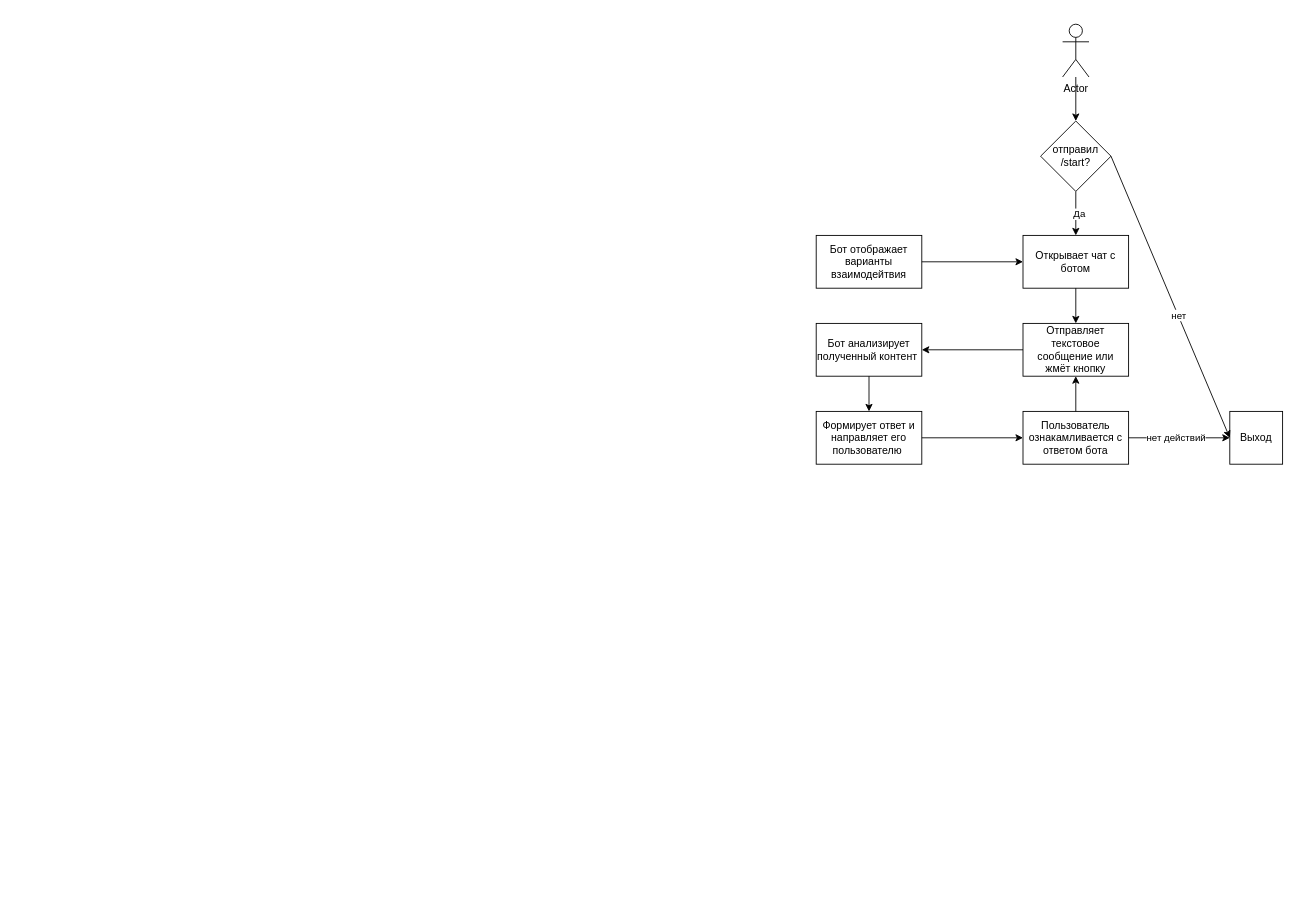
Arnoldig/Coursemc_final_work keeps this draw.io diagram as UML_Telegram_001.drawio. Above is the earlier version. Source tidied: cells renumbered, new cells numbered last; positions are measured from the earlier drawing's top-left corner, leaving out a move shared by most shapes. Both pictures are drawn from the tidied source at 88%, with x=0, y=0 at pixel (816, 24).
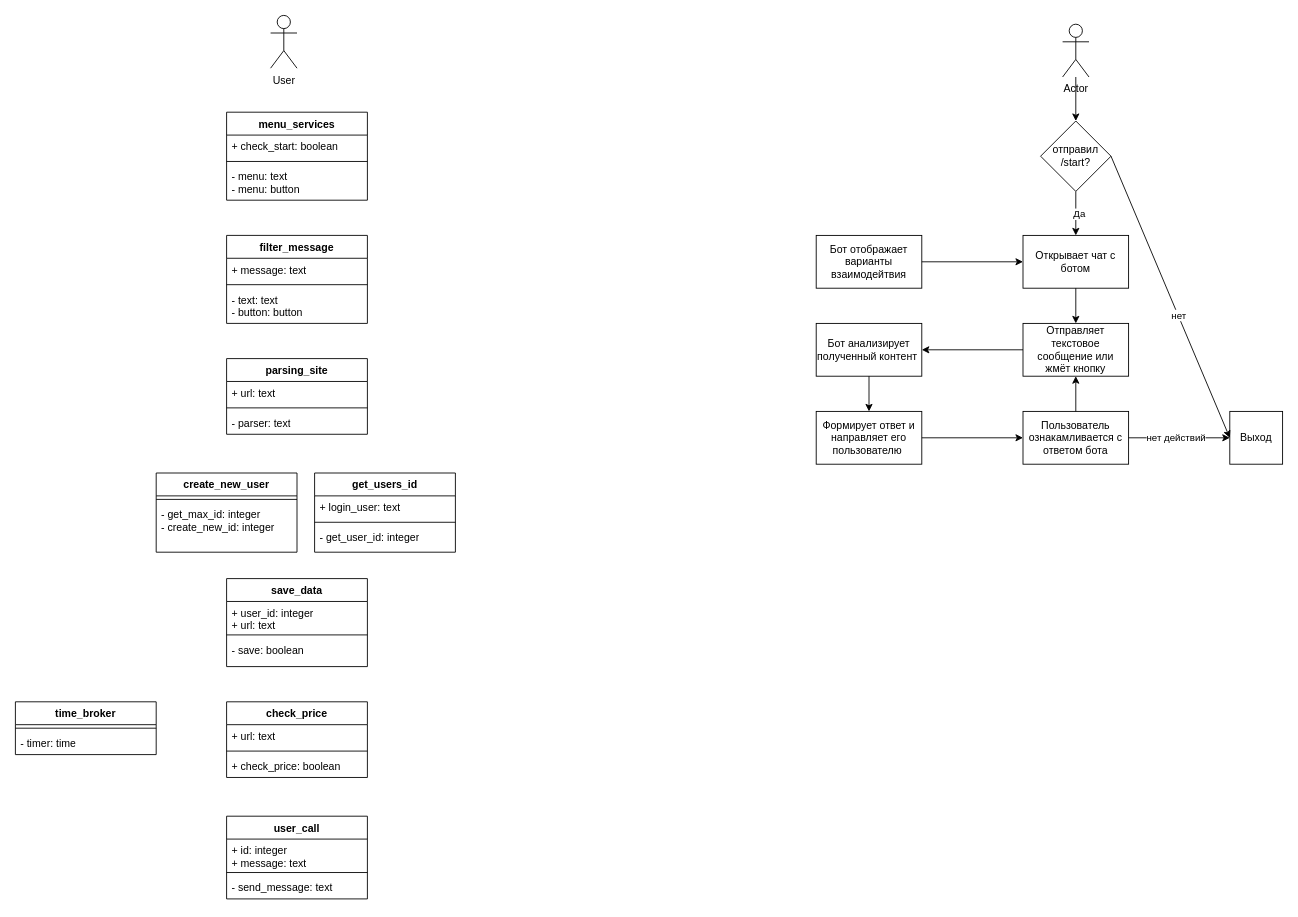
After the change.

Commit message:
Добавлены новые блоки без связей.drawio

The edit, as a diff of the source:
```diff
@@
+    <mxCell id="24" value="filter_message" style="swimlane;fontStyle=1;align=center;verticalAlign=top;horizontal=1;startSize=26;whiteSpace=wrap;html=1;" parent="1" vertex="1">
+      <mxGeometry x="-670" y="240" width="160" height="100" as="geometry" />
+    </mxCell>
+    <mxCell id="25" value="+ message: text" style="text;strokeColor=none;fillColor=none;align=left;verticalAlign=top;spacingLeft=4;spacingRight=4;overflow=hidden;whiteSpace=wrap;html=1;" parent="24" vertex="1">
+      <mxGeometry y="26" width="160" height="26" as="geometry" />
+    </mxCell>
+    <mxCell id="26" style="line;strokeWidth=1;fillColor=none;align=left;verticalAlign=middle;spacingTop=-1;spacingLeft=3;spacingRight=3;labelPosition=right;strokeColor=inherit;" parent="24" vertex="1">
+      <mxGeometry y="52" width="160" height="8" as="geometry" />
+    </mxCell>
+    <mxCell id="27" value="- text: text&lt;br&gt;- button: button" style="text;strokeColor=none;fillColor=none;align=left;verticalAlign=top;spacingLeft=4;spacingRight=4;overflow=hidden;whiteSpace=wrap;html=1;" parent="24" vertex="1">
+      <mxGeometry y="60" width="160" height="40" as="geometry" />
+    </mxCell>
+    <mxCell id="28" value="User" style="shape=umlActor;verticalLabelPosition=bottom;verticalAlign=top;html=1;" parent="1" vertex="1">
+      <mxGeometry x="-620" y="-10" width="30" height="60" as="geometry" />
+    </mxCell>
+    <mxCell id="29" value="menu_services" style="swimlane;fontStyle=1;align=center;verticalAlign=top;horizontal=1;startSize=26;whiteSpace=wrap;html=1;" parent="1" vertex="1">
+      <mxGeometry x="-670" y="100" width="160" height="100" as="geometry" />
+    </mxCell>
+    <mxCell id="30" value="+ check_start: boolean" style="text;strokeColor=none;fillColor=none;align=left;verticalAlign=top;spacingLeft=4;spacingRight=4;overflow=hidden;whiteSpace=wrap;html=1;" parent="29" vertex="1">
+      <mxGeometry y="26" width="160" height="26" as="geometry" />
+    </mxCell>
+    <mxCell id="31" style="line;strokeWidth=1;fillColor=none;align=left;verticalAlign=middle;spacingTop=-1;spacingLeft=3;spacingRight=3;labelPosition=right;strokeColor=inherit;" parent="29" vertex="1">
+      <mxGeometry y="52" width="160" height="8" as="geometry" />
+    </mxCell>
+    <mxCell id="32" value="- menu: text&lt;br&gt;- menu: button" style="text;strokeColor=none;fillColor=none;align=left;verticalAlign=top;spacingLeft=4;spacingRight=4;overflow=hidden;whiteSpace=wrap;html=1;" parent="29" vertex="1">
+      <mxGeometry y="60" width="160" height="40" as="geometry" />
+    </mxCell>
+    <mxCell id="33" value="parsing_site" style="swimlane;fontStyle=1;align=center;verticalAlign=top;horizontal=1;startSize=26;whiteSpace=wrap;html=1;" parent="1" vertex="1">
+      <mxGeometry x="-670" y="380" width="160" height="86" as="geometry" />
+    </mxCell>
+    <mxCell id="34" value="+ url: text" style="text;strokeColor=none;fillColor=none;align=left;verticalAlign=top;spacingLeft=4;spacingRight=4;overflow=hidden;whiteSpace=wrap;html=1;" parent="33" vertex="1">
+      <mxGeometry y="26" width="160" height="26" as="geometry" />
+    </mxCell>
+    <mxCell id="35" style="line;strokeWidth=1;fillColor=none;align=left;verticalAlign=middle;spacingTop=-1;spacingLeft=3;spacingRight=3;labelPosition=right;strokeColor=inherit;" parent="33" vertex="1">
+      <mxGeometry y="52" width="160" height="8" as="geometry" />
+    </mxCell>
+    <mxCell id="36" value="- parser: text" style="text;strokeColor=none;fillColor=none;align=left;verticalAlign=top;spacingLeft=4;spacingRight=4;overflow=hidden;whiteSpace=wrap;html=1;" parent="33" vertex="1">
+      <mxGeometry y="60" width="160" height="26" as="geometry" />
+    </mxCell>
+    <mxCell id="37" value="save_data" style="swimlane;fontStyle=1;align=center;verticalAlign=top;horizontal=1;startSize=26;whiteSpace=wrap;html=1;" parent="1" vertex="1">
+      <mxGeometry x="-670" y="630" width="160" height="100" as="geometry" />
+    </mxCell>
+    <mxCell id="38" value="+ user_id: integer&lt;br&gt;+ url: text" style="text;strokeColor=none;fillColor=none;align=left;verticalAlign=top;spacingLeft=4;spacingRight=4;overflow=hidden;whiteSpace=wrap;html=1;" parent="37" vertex="1">
+      <mxGeometry y="26" width="160" height="34" as="geometry" />
+    </mxCell>
+    <mxCell id="39" style="line;strokeWidth=1;fillColor=none;align=left;verticalAlign=middle;spacingTop=-1;spacingLeft=3;spacingRight=3;labelPosition=right;strokeColor=inherit;" parent="37" vertex="1">
+      <mxGeometry y="60" width="160" height="8" as="geometry" />
+    </mxCell>
+    <mxCell id="40" value="- save: boolean" style="text;strokeColor=none;fillColor=none;align=left;verticalAlign=top;spacingLeft=4;spacingRight=4;overflow=hidden;whiteSpace=wrap;html=1;" parent="37" vertex="1">
+      <mxGeometry y="68" width="160" height="32" as="geometry" />
+    </mxCell>
+    <mxCell id="41" value="create_new_user" style="swimlane;fontStyle=1;align=center;verticalAlign=top;horizontal=1;startSize=26;whiteSpace=wrap;html=1;" parent="1" vertex="1">
+      <mxGeometry x="-750" y="510" width="160" height="90" as="geometry" />
+    </mxCell>
+    <mxCell id="42" style="line;strokeWidth=1;fillColor=none;align=left;verticalAlign=middle;spacingTop=-1;spacingLeft=3;spacingRight=3;labelPosition=right;strokeColor=inherit;" parent="41" vertex="1">
+      <mxGeometry y="26" width="160" height="8" as="geometry" />
+    </mxCell>
+    <mxCell id="43" value="- get_max_id: integer&lt;br&gt;- create_new_id: integer" style="text;strokeColor=none;fillColor=none;align=left;verticalAlign=top;spacingLeft=4;spacingRight=4;overflow=hidden;whiteSpace=wrap;html=1;" parent="41" vertex="1">
+      <mxGeometry y="34" width="160" height="56" as="geometry" />
+    </mxCell>
+    <mxCell id="44" value="get_users_id" style="swimlane;fontStyle=1;align=center;verticalAlign=top;horizontal=1;startSize=26;whiteSpace=wrap;html=1;" parent="1" vertex="1">
+      <mxGeometry x="-570" y="510" width="160" height="90" as="geometry" />
+    </mxCell>
+    <mxCell id="45" value="+ login_user: text" style="text;strokeColor=none;fillColor=none;align=left;verticalAlign=top;spacingLeft=4;spacingRight=4;overflow=hidden;whiteSpace=wrap;html=1;" parent="44" vertex="1">
+      <mxGeometry y="26" width="160" height="26" as="geometry" />
+    </mxCell>
+    <mxCell id="46" style="line;strokeWidth=1;fillColor=none;align=left;verticalAlign=middle;spacingTop=-1;spacingLeft=3;spacingRight=3;labelPosition=right;strokeColor=inherit;" parent="44" vertex="1">
+      <mxGeometry y="52" width="160" height="8" as="geometry" />
+    </mxCell>
+    <mxCell id="47" value="- get_user_id: integer" style="text;strokeColor=none;fillColor=none;align=left;verticalAlign=top;spacingLeft=4;spacingRight=4;overflow=hidden;whiteSpace=wrap;html=1;" parent="44" vertex="1">
+      <mxGeometry y="60" width="160" height="30" as="geometry" />
+    </mxCell>
+    <mxCell id="48" value="check_price" style="swimlane;fontStyle=1;align=center;verticalAlign=top;horizontal=1;startSize=26;whiteSpace=wrap;html=1;" parent="1" vertex="1">
+      <mxGeometry x="-670" y="770" width="160" height="86" as="geometry" />
+    </mxCell>
+    <mxCell id="49" value="+ url: text" style="text;strokeColor=none;fillColor=none;align=left;verticalAlign=top;spacingLeft=4;spacingRight=4;overflow=hidden;whiteSpace=wrap;html=1;" parent="48" vertex="1">
+      <mxGeometry y="26" width="160" height="26" as="geometry" />
+    </mxCell>
+    <mxCell id="50" style="line;strokeWidth=1;fillColor=none;align=left;verticalAlign=middle;spacingTop=-1;spacingLeft=3;spacingRight=3;labelPosition=right;strokeColor=inherit;" parent="48" vertex="1">
+      <mxGeometry y="52" width="160" height="8" as="geometry" />
+    </mxCell>
+    <mxCell id="51" value="+ check_price: boolean" style="text;strokeColor=none;fillColor=none;align=left;verticalAlign=top;spacingLeft=4;spacingRight=4;overflow=hidden;whiteSpace=wrap;html=1;" parent="48" vertex="1">
+      <mxGeometry y="60" width="160" height="26" as="geometry" />
+    </mxCell>
+    <mxCell id="52" value="user_call" style="swimlane;fontStyle=1;align=center;verticalAlign=top;horizontal=1;startSize=26;whiteSpace=wrap;html=1;" parent="1" vertex="1">
+      <mxGeometry x="-670" y="900" width="160" height="94" as="geometry" />
+    </mxCell>
+    <mxCell id="53" value="+ id: integer&lt;br&gt;+&amp;nbsp;message: text" style="text;strokeColor=none;fillColor=none;align=left;verticalAlign=top;spacingLeft=4;spacingRight=4;overflow=hidden;whiteSpace=wrap;html=1;" parent="52" vertex="1">
+      <mxGeometry y="26" width="160" height="34" as="geometry" />
+    </mxCell>
+    <mxCell id="54" style="line;strokeWidth=1;fillColor=none;align=left;verticalAlign=middle;spacingTop=-1;spacingLeft=3;spacingRight=3;labelPosition=right;strokeColor=inherit;" parent="52" vertex="1">
+      <mxGeometry y="60" width="160" height="8" as="geometry" />
+    </mxCell>
+    <mxCell id="55" value="- send_message: text" style="text;strokeColor=none;fillColor=none;align=left;verticalAlign=top;spacingLeft=4;spacingRight=4;overflow=hidden;whiteSpace=wrap;html=1;" parent="52" vertex="1">
+      <mxGeometry y="68" width="160" height="26" as="geometry" />
+    </mxCell>
+    <mxCell id="56" value="time_broker" style="swimlane;fontStyle=1;align=center;verticalAlign=top;horizontal=1;startSize=26;whiteSpace=wrap;html=1;" parent="1" vertex="1">
+      <mxGeometry x="-910" y="770" width="160" height="60" as="geometry" />
+    </mxCell>
+    <mxCell id="57" style="line;strokeWidth=1;fillColor=none;align=left;verticalAlign=middle;spacingTop=-1;spacingLeft=3;spacingRight=3;labelPosition=right;strokeColor=inherit;" parent="56" vertex="1">
+      <mxGeometry y="26" width="160" height="8" as="geometry" />
+    </mxCell>
+    <mxCell id="58" value="- timer: time&lt;br&gt;" style="text;strokeColor=none;fillColor=none;align=left;verticalAlign=top;spacingLeft=4;spacingRight=4;overflow=hidden;whiteSpace=wrap;html=1;" parent="56" vertex="1">
+      <mxGeometry y="34" width="160" height="26" as="geometry" />
+    </mxCell>
```
